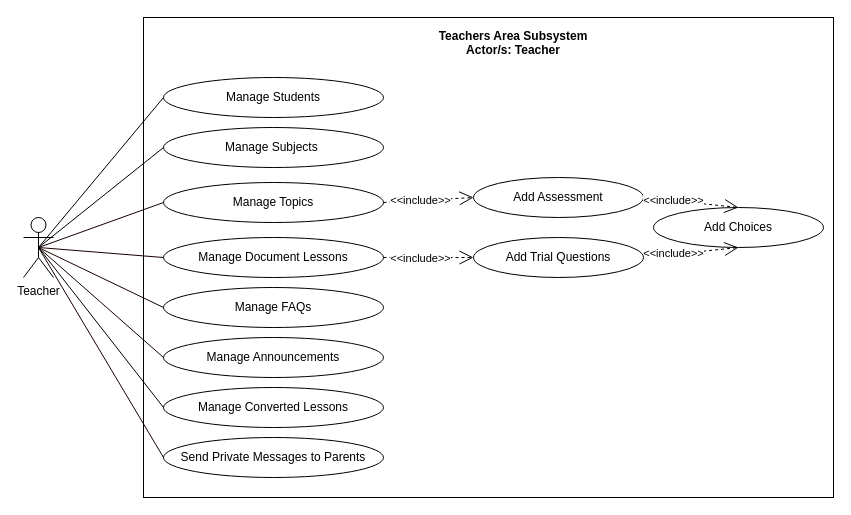
This is page "TEACHERS AREA" (6 of 7) of UML-DIAGRAMS/Diagrams 5-29-2021/Diagram.drawio from mrklglsn/CAPSTONE-FILES, a draw.io file, before an edit. Source tidied: cells renumbered, new cells numbered last; positions are measured from the earlier drawing's top-left corner, leaving out a move shared by most shapes. Both pictures are drawn from the tidied source at 100%, with x=0, y=0 at pixel (23, 17).
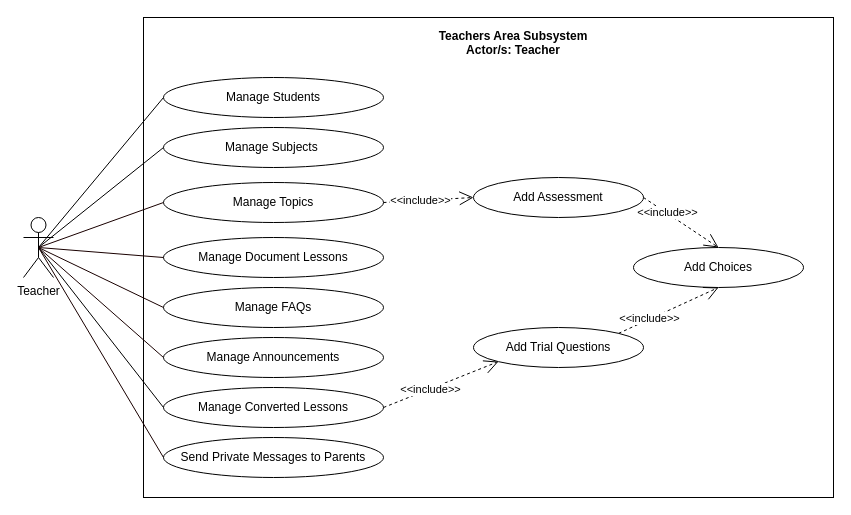
Above is the later version.

Commit message (it also covers changes not shown here):
use class diagram

Unchanged cells that the change refers to:
```xml
<mxCell id="29" value="Manage Document Lessons" style="ellipse;whiteSpace=wrap;html=1;fillColor=none;" parent="1" vertex="1">
  <mxGeometry x="140" y="220" width="220" height="40" as="geometry" />
</mxCell>
<mxCell id="31" value="Manage Converted Lessons" style="ellipse;whiteSpace=wrap;html=1;fillColor=none;" parent="1" vertex="1">
  <mxGeometry x="140" y="370" width="220" height="40" as="geometry" />
</mxCell>
```

Change to the diagram source:
```diff
@@
-    <mxCell id="14" style="edgeStyle=none;rounded=0;jumpStyle=arc;jumpSize=14;jettySize=auto;html=1;exitX=1;exitY=0.5;exitDx=0;exitDy=0;entryX=0;entryY=0.5;entryDx=0;entryDy=0;dashed=1;startArrow=none;startFill=0;endArrow=open;endFill=0;startSize=15;endSize=12;" parent="1" edge="1" source="29" target="19">
+    <mxCell id="14" style="edgeStyle=none;rounded=0;jumpStyle=arc;jumpSize=14;jettySize=auto;html=1;exitX=1;exitY=0.5;exitDx=0;exitDy=0;entryX=0;entryY=1;entryDx=0;entryDy=0;dashed=1;startArrow=none;startFill=0;endArrow=open;endFill=0;startSize=15;endSize=12;" parent="1" edge="1" source="31" target="19">
       <mxGeometry relative="1" as="geometry" />
     </mxCell>
@@
-    <mxCell id="17" style="edgeStyle=none;rounded=0;jumpStyle=arc;jumpSize=14;jettySize=auto;html=1;exitX=1;exitY=0.5;exitDx=0;exitDy=0;entryX=0.5;entryY=1;entryDx=0;entryDy=0;dashed=1;startArrow=none;startFill=0;endArrow=open;endFill=0;startSize=15;endSize=12;" parent="1" edge="1" source="19" target="20">
+    <mxCell id="17" style="edgeStyle=none;rounded=0;jumpStyle=arc;jumpSize=14;jettySize=auto;html=1;exitX=1;exitY=0;exitDx=0;exitDy=0;entryX=0.5;entryY=1;entryDx=0;entryDy=0;dashed=1;startArrow=none;startFill=0;endArrow=open;endFill=0;startSize=15;endSize=12;" parent="1" edge="1" source="19" target="20">
       <mxGeometry relative="1" as="geometry" />
     </mxCell>
@@
     <mxCell id="19" value="Add Trial Questions" style="ellipse;whiteSpace=wrap;html=1;fillColor=none;" parent="1" vertex="1">
-      <mxGeometry x="450" y="220" width="170" height="40" as="geometry" />
+      <mxGeometry x="450" y="310" width="170" height="40" as="geometry" />
     </mxCell>
     <mxCell id="20" value="Add Choices" style="ellipse;whiteSpace=wrap;html=1;fillColor=none;" parent="1" vertex="1">
-      <mxGeometry x="630" y="190" width="170" height="40" as="geometry" />
+      <mxGeometry x="610" y="230" width="170" height="40" as="geometry" />
     </mxCell>
```
